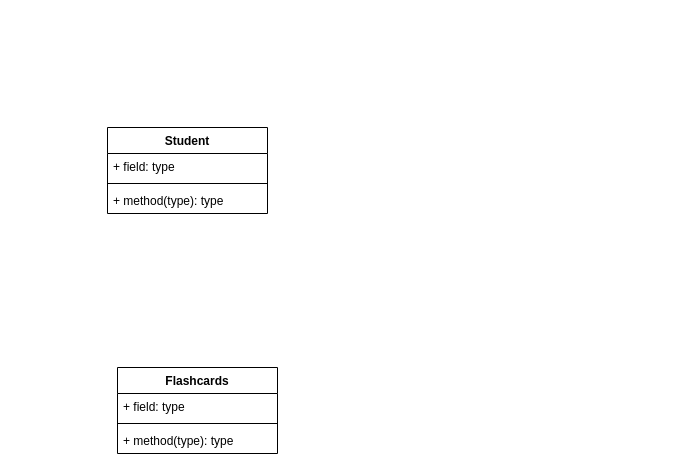
Earlier version of the draw.io diagram SDMDiagrams.drawio (LeloKarma/website). Source tidied: cells renumbered, new cells numbered last; positions are measured from the earlier drawing's top-left corner, leaving out a move shared by most shapes. Both pictures are drawn from the tidied source at 100%, with x=0, y=0 at pixel (107, 127).
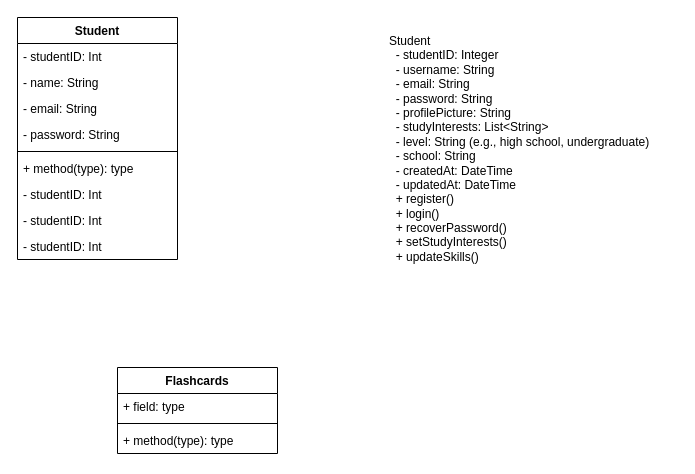
The same diagram, later.

The edit, as a diff of the source:
```diff
@@
 <mxGraphModel>
   <root>
     <mxCell id="0" />
     <mxCell id="1" parent="0" />
     <mxCell id="2" value="Student&lt;div&gt;&lt;br&gt;&lt;/div&gt;" style="swimlane;fontStyle=1;align=center;verticalAlign=top;horizontal=1;startSize=26;whiteSpace=wrap;html=1;" parent="1" vertex="1">
-      <mxGeometry width="160" height="86" as="geometry" />
+      <mxGeometry x="-90" y="-110" width="160" height="242" as="geometry" />
     </mxCell>
-    <mxCell id="3" value="+ field: type" style="text;strokeColor=none;fillColor=none;align=left;verticalAlign=top;spacingLeft=4;spacingRight=4;overflow=hidden;whiteSpace=wrap;html=1;" parent="2" vertex="1">
+    <mxCell id="3" value="- studentID: Int" style="text;strokeColor=none;fillColor=none;align=left;verticalAlign=top;spacingLeft=4;spacingRight=4;overflow=hidden;whiteSpace=wrap;html=1;" parent="2" vertex="1">
       <mxGeometry y="26" width="160" height="26" as="geometry" />
     </mxCell>
+    <mxCell id="10" value="- name: String" style="text;strokeColor=none;fillColor=none;align=left;verticalAlign=top;spacingLeft=4;spacingRight=4;overflow=hidden;whiteSpace=wrap;html=1;" parent="2" vertex="1">
+      <mxGeometry y="52" width="160" height="26" as="geometry" />
+    </mxCell>
+    <mxCell id="11" value="- email: String" style="text;strokeColor=none;fillColor=none;align=left;verticalAlign=top;spacingLeft=4;spacingRight=4;overflow=hidden;whiteSpace=wrap;html=1;" parent="2" vertex="1">
+      <mxGeometry y="78" width="160" height="26" as="geometry" />
+    </mxCell>
+    <mxCell id="12" value="- password: String" style="text;strokeColor=none;fillColor=none;align=left;verticalAlign=top;spacingLeft=4;spacingRight=4;overflow=hidden;whiteSpace=wrap;html=1;" parent="2" vertex="1">
+      <mxGeometry y="104" width="160" height="26" as="geometry" />
+    </mxCell>
     <mxCell id="4" style="line;strokeWidth=1;fillColor=none;align=left;verticalAlign=middle;spacingTop=-1;spacingLeft=3;spacingRight=3;labelPosition=right;strokeColor=inherit;" parent="2" vertex="1">
-      <mxGeometry y="52" width="160" height="8" as="geometry" />
+      <mxGeometry y="130" width="160" height="8" as="geometry" />
     </mxCell>
     <mxCell id="5" value="+ method(type): type" style="text;strokeColor=none;fillColor=none;align=left;verticalAlign=top;spacingLeft=4;spacingRight=4;overflow=hidden;whiteSpace=wrap;html=1;" parent="2" vertex="1">
-      <mxGeometry y="60" width="160" height="26" as="geometry" />
+      <mxGeometry y="138" width="160" height="26" as="geometry" />
     </mxCell>
+    <mxCell id="13" value="- studentID: Int" style="text;strokeColor=none;fillColor=none;align=left;verticalAlign=top;spacingLeft=4;spacingRight=4;overflow=hidden;whiteSpace=wrap;html=1;" parent="2" vertex="1">
+      <mxGeometry y="164" width="160" height="26" as="geometry" />
+    </mxCell>
+    <mxCell id="14" value="- studentID: Int" style="text;strokeColor=none;fillColor=none;align=left;verticalAlign=top;spacingLeft=4;spacingRight=4;overflow=hidden;whiteSpace=wrap;html=1;" parent="2" vertex="1">
+      <mxGeometry y="190" width="160" height="26" as="geometry" />
+    </mxCell>
+    <mxCell id="15" value="- studentID: Int" style="text;strokeColor=none;fillColor=none;align=left;verticalAlign=top;spacingLeft=4;spacingRight=4;overflow=hidden;whiteSpace=wrap;html=1;" parent="2" vertex="1">
+      <mxGeometry y="216" width="160" height="26" as="geometry" />
+    </mxCell>
     <mxCell id="6" value="Flashcards&lt;div&gt;&lt;br&gt;&lt;/div&gt;" style="swimlane;fontStyle=1;align=center;verticalAlign=top;horizontal=1;startSize=26;whiteSpace=wrap;html=1;" parent="1" vertex="1">
       <mxGeometry x="10" y="240" width="160" height="86" as="geometry" />
     </mxCell>
     <mxCell id="7" value="+ field: type" style="text;strokeColor=none;fillColor=none;align=left;verticalAlign=top;spacingLeft=4;spacingRight=4;overflow=hidden;whiteSpace=wrap;html=1;" parent="6" vertex="1">
       <mxGeometry y="26" width="160" height="26" as="geometry" />
     </mxCell>
     <mxCell id="8" style="line;strokeWidth=1;fillColor=none;align=left;verticalAlign=middle;spacingTop=-1;spacingLeft=3;spacingRight=3;labelPosition=right;strokeColor=inherit;" parent="6" vertex="1">
       <mxGeometry y="52" width="160" height="8" as="geometry" />
     </mxCell>
     <mxCell id="9" value="+ method(type): type" style="text;strokeColor=none;fillColor=none;align=left;verticalAlign=top;spacingLeft=4;spacingRight=4;overflow=hidden;whiteSpace=wrap;html=1;" parent="6" vertex="1">
       <mxGeometry y="60" width="160" height="26" as="geometry" />
     </mxCell>
+    <mxCell id="16" value="Student&#10;  - studentID: Integer&#10;  - username: String&#10;  - email: String&#10;  - password: String&#10;  - profilePicture: String&#10;  - studyInterests: List&lt;String&gt;&#10;  - level: String (e.g., high school, undergraduate)&#10;  - school: String&#10;  - createdAt: DateTime&#10;  - updatedAt: DateTime&#10;  + register()&#10;  + login()&#10;  + recoverPassword()&#10;  + setStudyInterests()&#10;  + updateSkills()" style="text;whiteSpace=wrap;" parent="1" vertex="1">
+      <mxGeometry x="280" y="-100" width="290" height="250" as="geometry" />
+    </mxCell>
   </root>
 </mxGraphModel>
```
